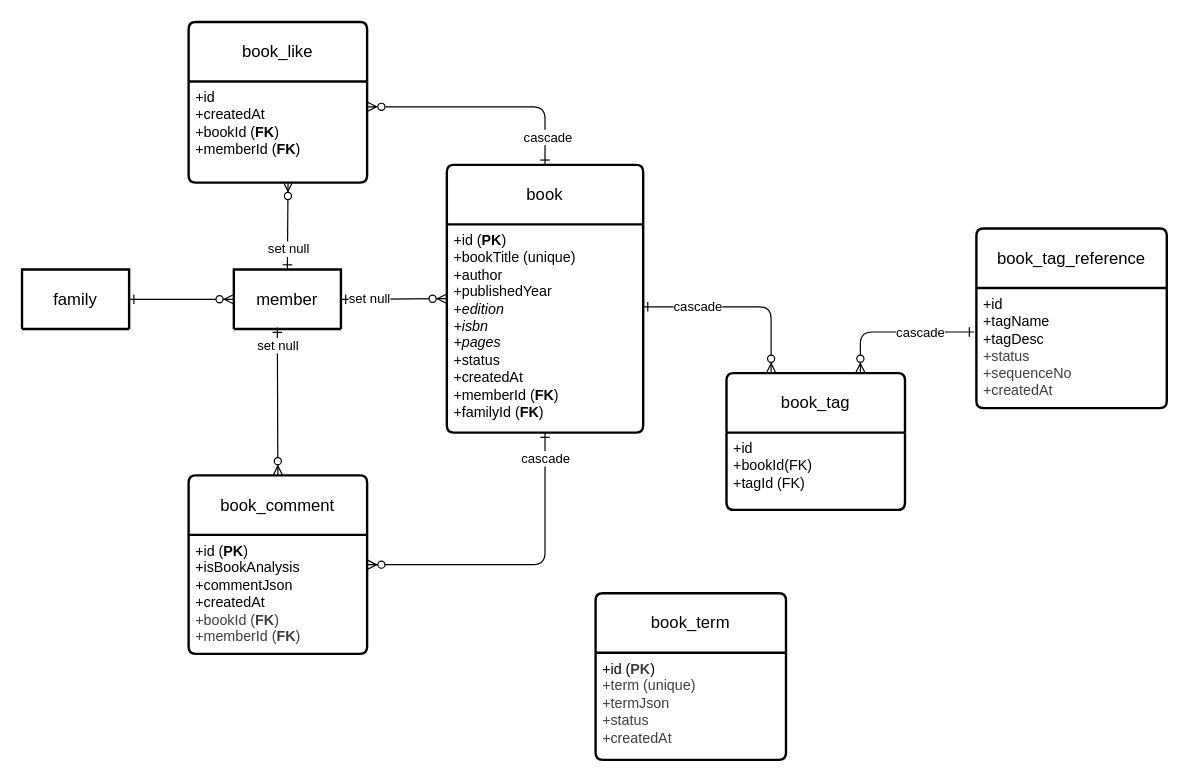
Before: docs/erd-diagrams/book-schema.drawio in greg1951/family-social-scratch, a draw.io diagram. Source tidied: cells renumbered, new cells numbered last; positions are measured from the earlier drawing's top-left corner, leaving out a move shared by most shapes. Both pictures are drawn from the tidied source at 119%, with x=0, y=0 at pixel (21, 21).
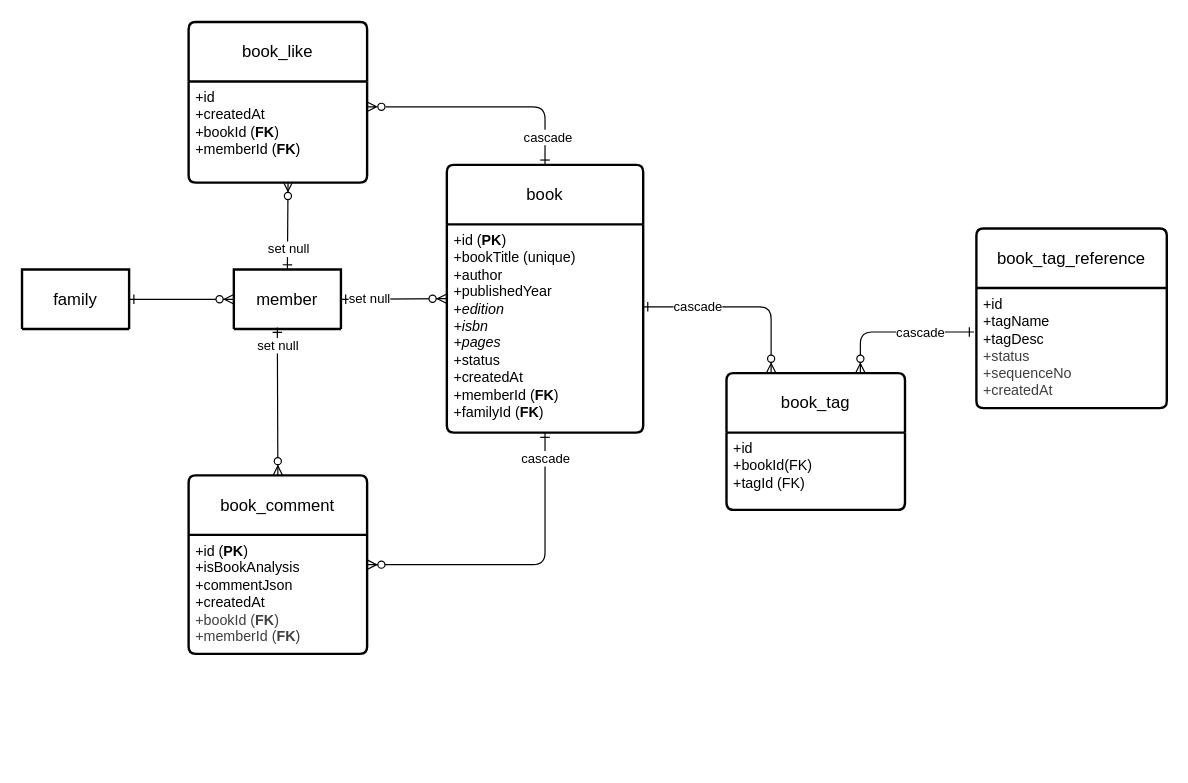
The same page after the edit.

Change to the diagram source:
```diff
@@
-    <mxCell id="29" value="book_term" style="swimlane;horizontal=1;startSize=50;rounded=1;fontSize=14;fontStyle=0;strokeWidth=2;shadow=0;dashed=0;align=center;arcSize=4;whiteSpace=wrap;html=1;" parent="1" vertex="1">
-      <mxGeometry x="482" y="480" width="160" height="140" as="geometry" />
-    </mxCell>
-    <mxCell id="30" value="+id (&lt;b style=&quot;color: rgb(63, 63, 63); scrollbar-color: rgb(226, 226, 226) rgb(251, 251, 251);&quot;&gt;PK&lt;/b&gt;)&lt;div style=&quot;color: rgb(63, 63, 63); scrollbar-color: rgb(226, 226, 226) rgb(251, 251, 251);&quot;&gt;&lt;font style=&quot;scrollbar-color: rgb(226, 226, 226) rgb(251, 251, 251);&quot;&gt;+term (unique)&lt;br style=&quot;color: rgb(63, 63, 63); scrollbar-color: rgb(226, 226, 226) rgb(251, 251, 251);&quot;&gt;&lt;/font&gt;&lt;div style=&quot;color: rgb(63, 63, 63); scrollbar-color: rgb(226, 226, 226) rgb(251, 251, 251);&quot;&gt;+termJson&lt;/div&gt;&lt;div style=&quot;color: rgb(63, 63, 63); scrollbar-color: rgb(226, 226, 226) rgb(251, 251, 251);&quot;&gt;+status&lt;/div&gt;&lt;div style=&quot;color: rgb(63, 63, 63); scrollbar-color: rgb(226, 226, 226) rgb(251, 251, 251);&quot;&gt;&lt;span style=&quot;color: rgb(63, 63, 63); scrollbar-color: rgb(226, 226, 226) rgb(251, 251, 251); background-color: transparent;&quot;&gt;+createdAt&lt;/span&gt;&lt;/div&gt;&lt;div style=&quot;color: rgb(63, 63, 63); scrollbar-color: rgb(226, 226, 226) rgb(251, 251, 251);&quot;&gt;&lt;span style=&quot;scrollbar-color: rgb(226, 226, 226) rgb(251, 251, 251); background-color: transparent; color: rgb(63, 63, 63);&quot;&gt;&lt;br style=&quot;color: rgb(63, 63, 63); scrollbar-color: rgb(226, 226, 226) rgb(251, 251, 251);&quot;&gt;&lt;/span&gt;&lt;/div&gt;&lt;/div&gt;" style="align=left;strokeColor=none;fillColor=none;spacingLeft=4;fontSize=12;verticalAlign=top;html=1;" parent="29" vertex="1">
-      <mxGeometry y="50" width="160" height="90" as="geometry" />
-    </mxCell>
```
